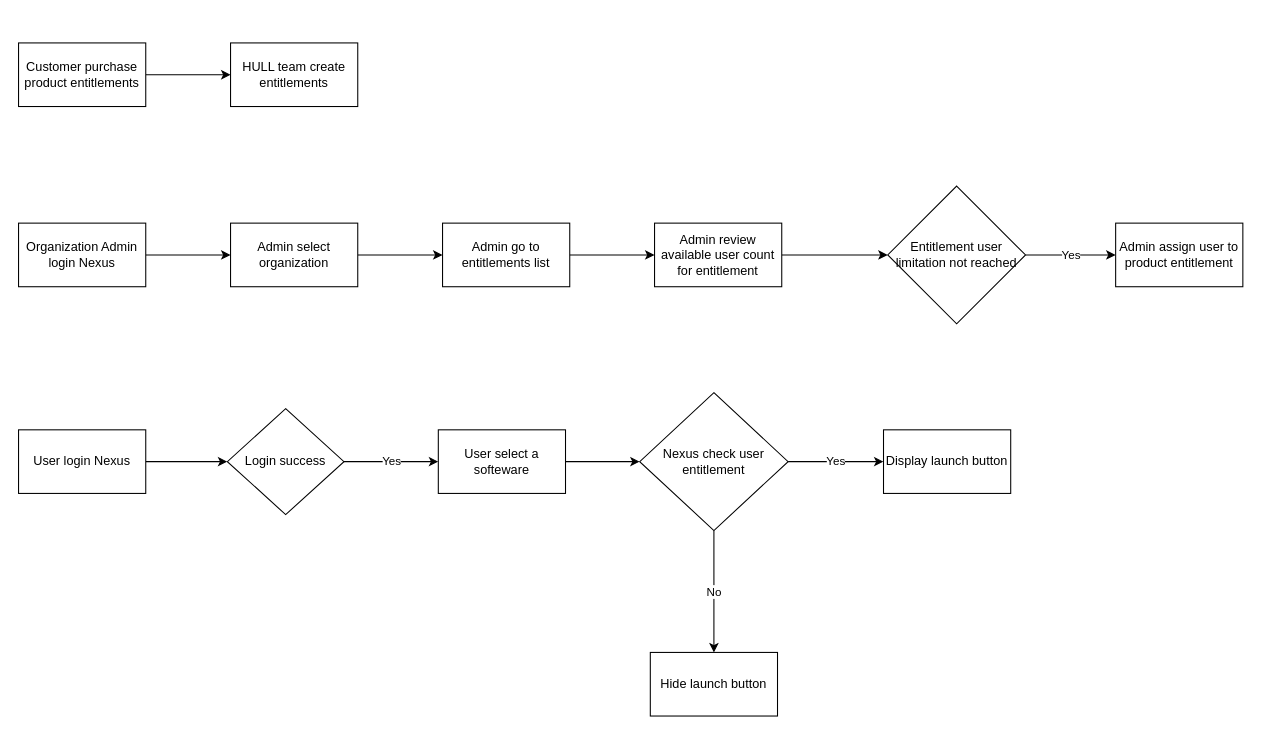
Above: page "Workflow" (1 of 2) of Entitlement Workflow.drawio in xiaowei90113/Design (draw.io), before the change. Source tidied: cells renumbered, new cells numbered last; positions are measured from the earlier drawing's top-left corner, leaving out a move shared by most shapes. Both pictures are drawn from the tidied source at 106%, with x=0, y=0 at pixel (18, 42).
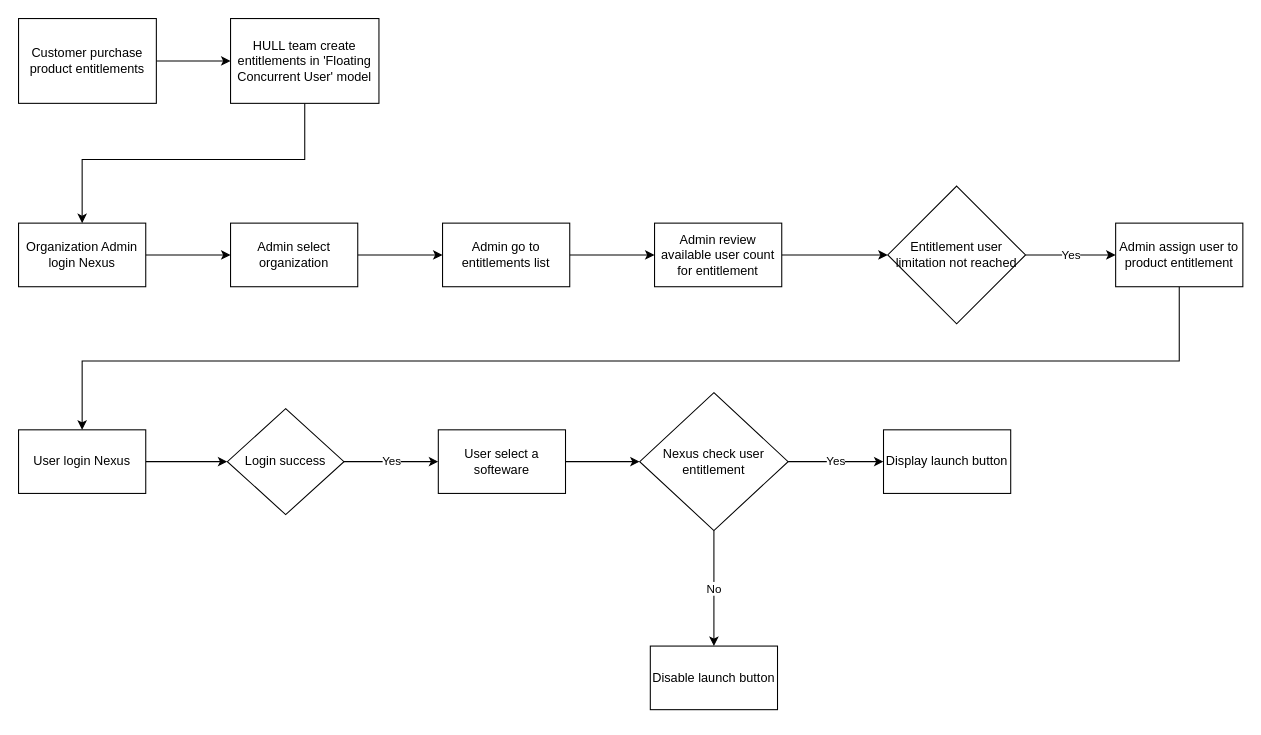
After the change.

Unchanged cells that the change refers to:
```xml
<mxCell id="5" value="User login Nexus" style="rounded=0;whiteSpace=wrap;html=1;" parent="1" vertex="1">
  <mxGeometry y="365" width="120" height="60" as="geometry" />
</mxCell>
<mxCell id="17" value="Organization Admin login Nexus" style="whiteSpace=wrap;html=1;" parent="1" vertex="1">
  <mxGeometry y="170" width="120" height="60" as="geometry" />
</mxCell>
<mxCell id="26" value="Admin assign user to product entitlement" style="whiteSpace=wrap;html=1;" parent="1" vertex="1">
  <mxGeometry x="1035" y="170" width="120" height="60" as="geometry" />
</mxCell>
```

The edit, as a diff of the source:
```diff
@@
-    <mxCell id="12" value="Hide launch button" style="whiteSpace=wrap;html=1;" parent="1" vertex="1">
-      <mxGeometry x="596" y="575" width="120" height="60" as="geometry" />
+    <mxCell id="12" value="Disable launch button" style="whiteSpace=wrap;html=1;" parent="1" vertex="1">
+      <mxGeometry x="596" y="569" width="120" height="60" as="geometry" />
     </mxCell>
@@
     <mxCell id="14" value="Customer purchase product entitlements" style="rounded=0;whiteSpace=wrap;html=1;" parent="1" vertex="1">
-      <mxGeometry width="120" height="60" as="geometry" />
+      <mxGeometry y="-23" width="130" height="80" as="geometry" />
     </mxCell>
+    <mxCell id="27" style="edgeStyle=orthogonalEdgeStyle;rounded=0;jettySize=auto;html=1;entryX=0.5;entryY=0;entryDx=0;entryDy=0;" parent="1" edge="1" source="15" target="17">
+      <mxGeometry relative="1" as="geometry">
+        <Array as="points">
+          <mxPoint x="270" y="110" />
+          <mxPoint x="60" y="110" />
+        </Array>
+      </mxGeometry>
+    </mxCell>
-    <mxCell id="15" value="HULL team create entitlements" style="whiteSpace=wrap;html=1;rounded=0;" parent="1" vertex="1">
-      <mxGeometry x="200" width="120" height="60" as="geometry" />
+    <mxCell id="15" value="HULL team create entitlements&amp;nbsp;in 'Floating Concurrent User' model" style="whiteSpace=wrap;html=1;rounded=0;" parent="1" vertex="1">
+      <mxGeometry x="200" y="-23" width="140" height="80" as="geometry" />
     </mxCell>
@@
+    <mxCell id="28" style="edgeStyle=orthogonalEdgeStyle;rounded=0;jettySize=auto;html=1;entryX=0.5;entryY=0;entryDx=0;entryDy=0;" parent="1" edge="1" source="26" target="5">
+      <mxGeometry relative="1" as="geometry">
+        <Array as="points">
+          <mxPoint x="1095" y="300" />
+          <mxPoint x="60" y="300" />
+        </Array>
+      </mxGeometry>
+    </mxCell>
```
